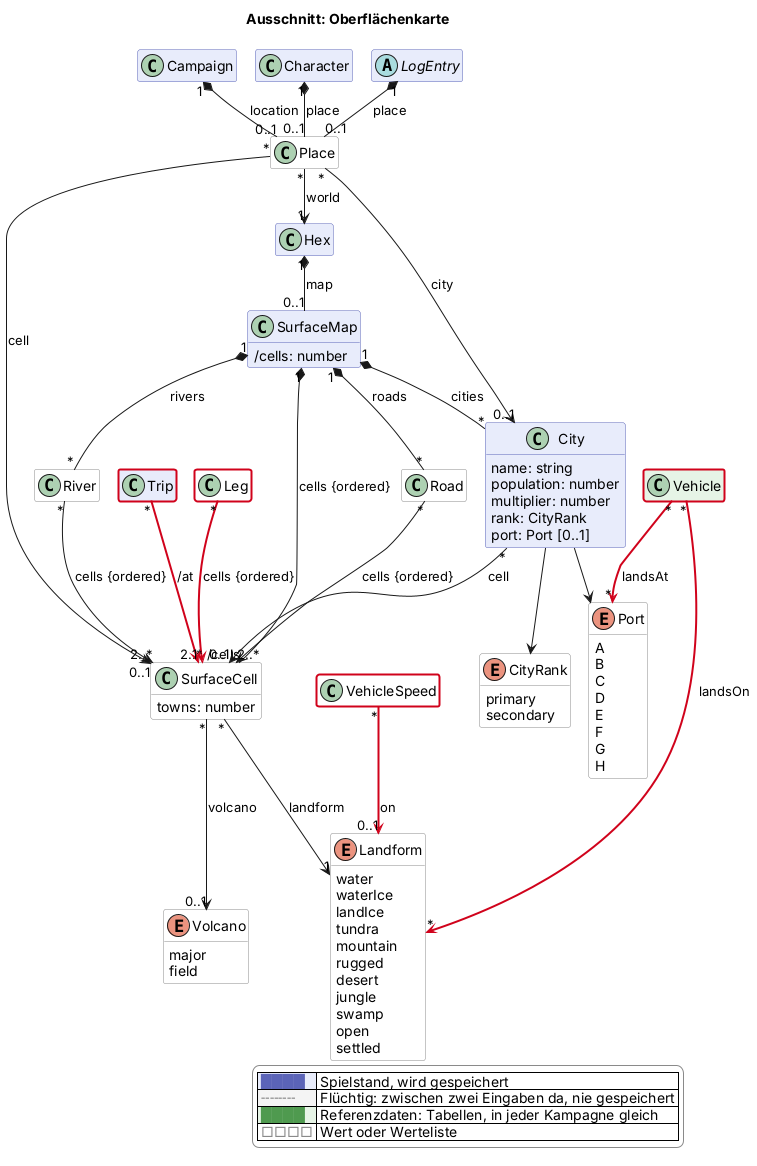
Earlier version of the PlantUML export docs/views/oberflaeche.png (scuzzar/SRE).
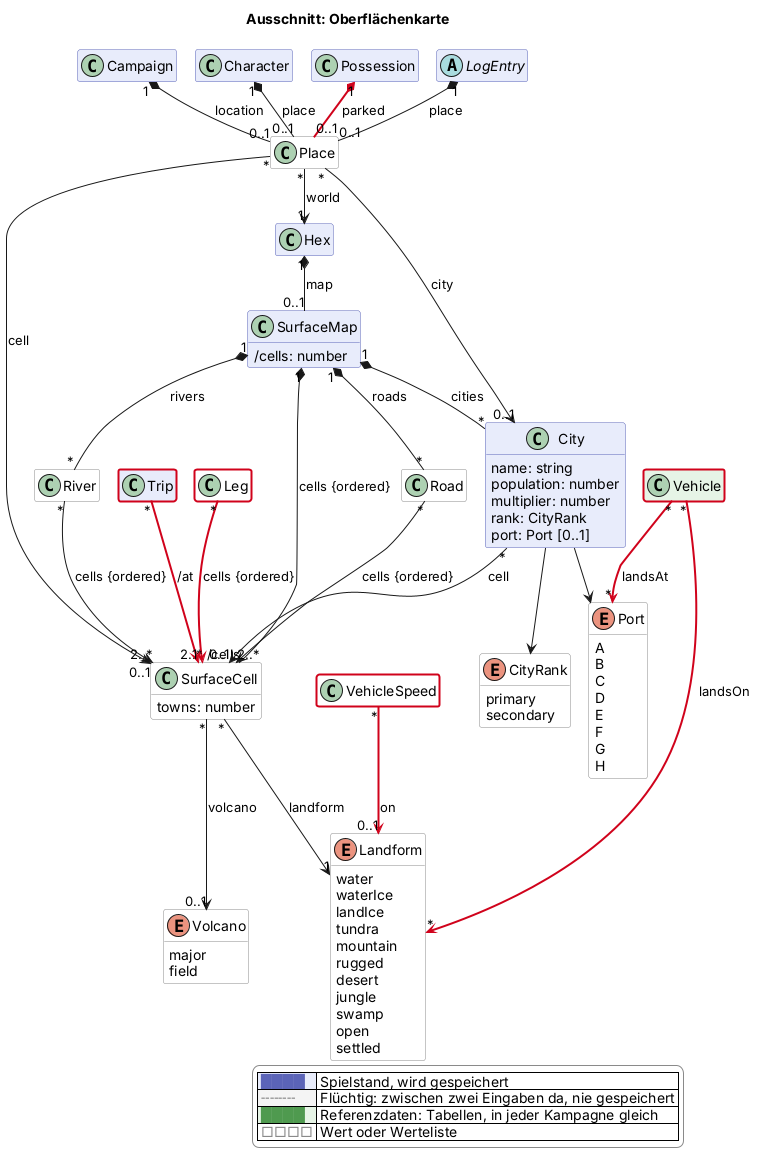
After the commit.

The edit, as a diff of the source:
```diff
@@ -68,6 +68,7 @@
 
   class Campaign $kampagne
   class Character $charakter
+  class Possession $shop
 
 
   class Hex $sektor
@@ -158,6 +159,7 @@
 Vehicle "*" -$newArrow("2026-11-15")-> "*" Port : landsAt
 Leg "*" -$newArrow("2026-11-15")-> "2..*" SurfaceCell : cells {ordered}
 Trip "*" -$newArrow("2026-11-15")-> "1" SurfaceCell : /at
+Possession "1" *-$newArrow("2026-11-15")- "0..1" Place : parked
 
 
 
```
